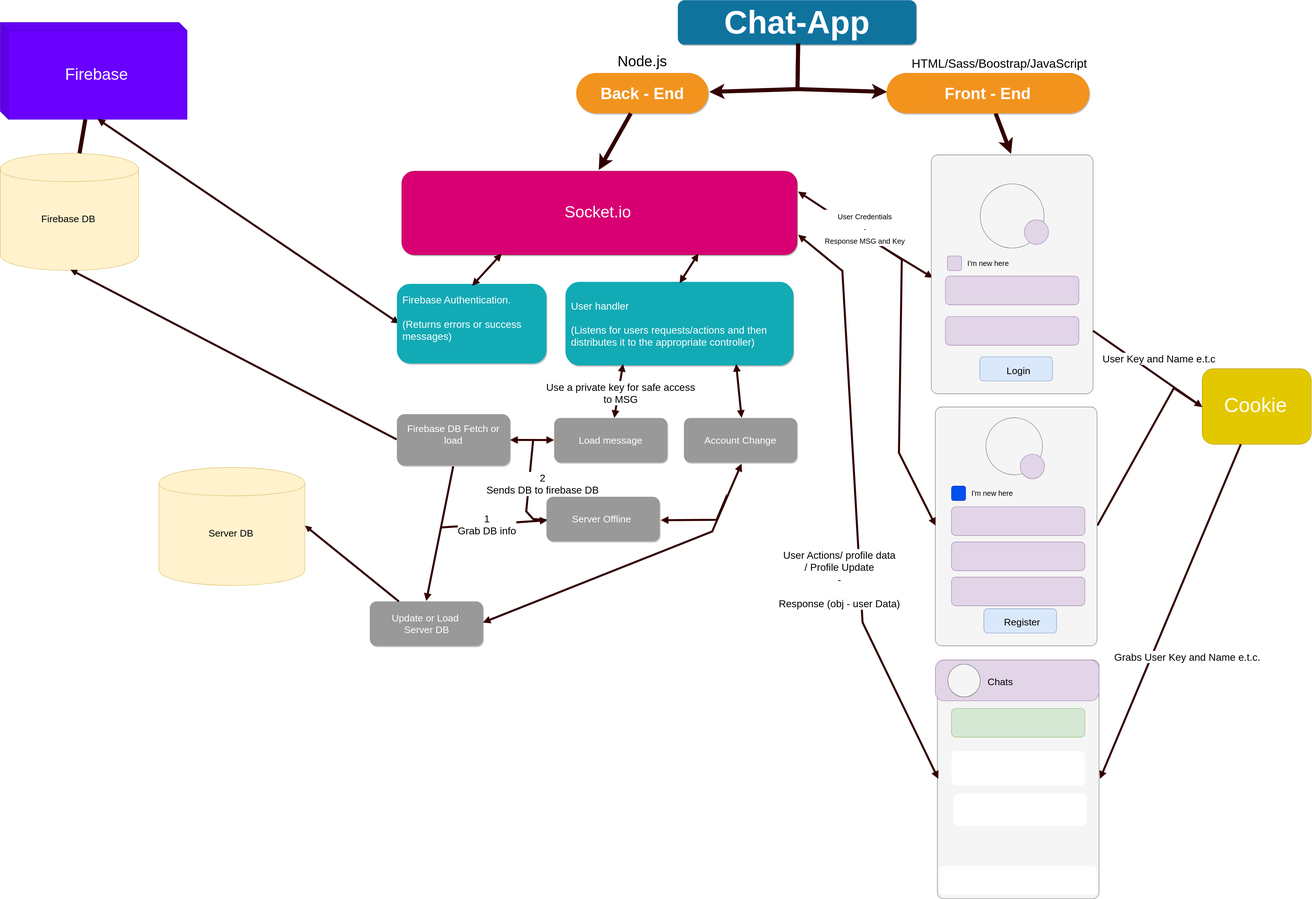
Before: Img/howItWorks.svg, a diagram exported from draw.io (TheRigidNinja/ChatApp). Source tidied: cells renumbered, new cells last; positions are measured from the earlier drawing's top-left corner, leaving out a move shared by most shapes.
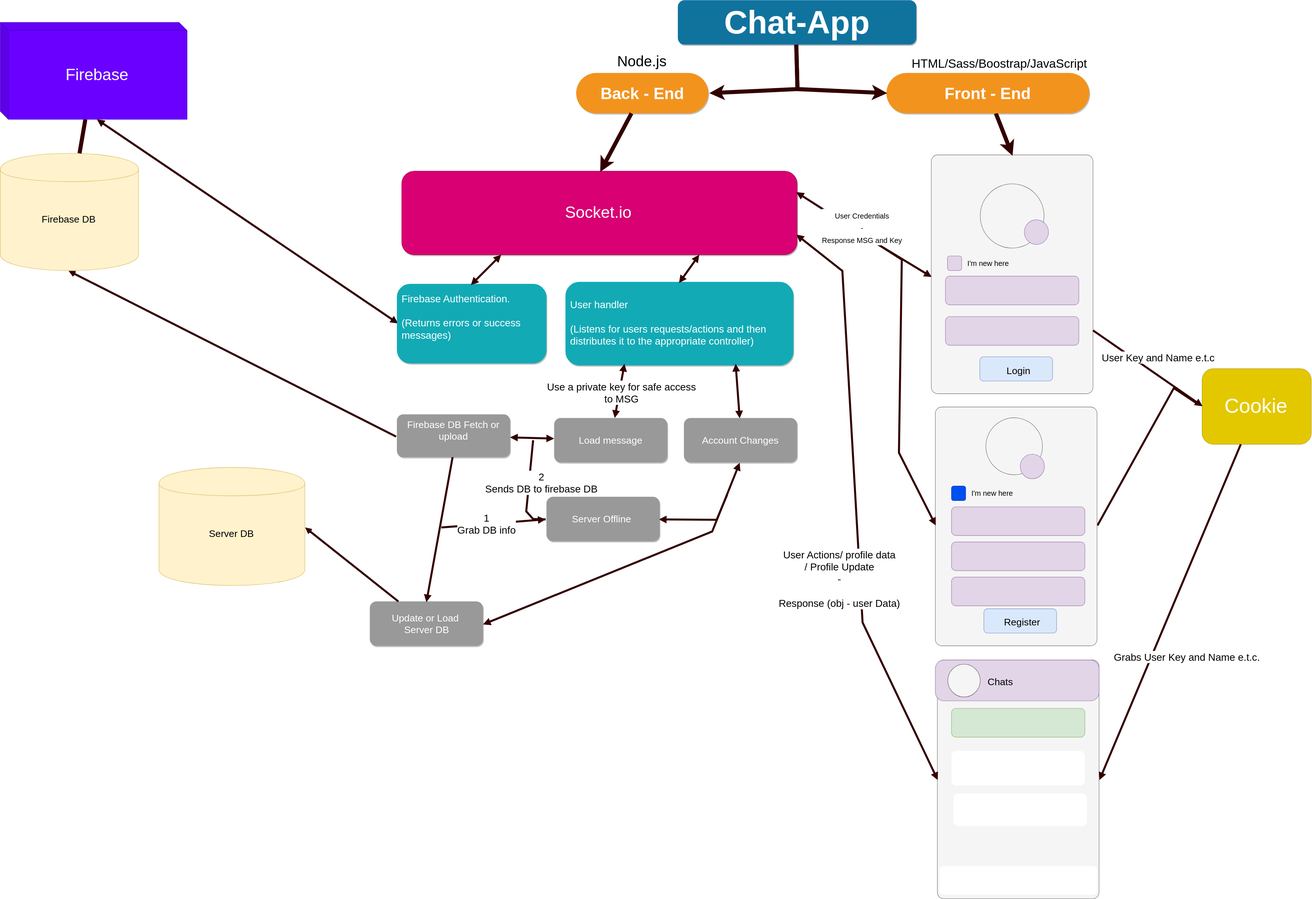
Later version of the same file.

Change to the diagram source:
```diff
@@ -189,7 +189,7 @@
         </Array>
       </mxGeometry>
     </mxCell>
-    <mxCell id="53" value="Account Change" style="whiteSpace=wrap;rounded=1;fillColor=#999999;strokeColor=none;shadow=1;fontColor=#FFFFFF;fontStyle=0;fontSize=24;" parent="2" vertex="1">
+    <mxCell id="53" value="Account Changes" style="whiteSpace=wrap;rounded=1;fillColor=#999999;strokeColor=none;shadow=1;fontColor=#FFFFFF;fontStyle=0;fontSize=24;" parent="2" vertex="1">
       <mxGeometry x="1691" y="1034" width="280" height="110" as="geometry" />
     </mxCell>
     <mxCell id="54" value="&lt;font style=&quot;font-size: 50px&quot;&gt;Cookie&lt;/font&gt;" style="rounded=1;whiteSpace=wrap;html=1;strokeColor=#B09500;fillColor=#e3c800;fontSize=24;fontColor=#ffffff;" parent="2" vertex="1">
@@ -263,8 +263,8 @@
         <mxPoint x="-21" y="-16" as="offset" />
       </mxGeometry>
     </mxCell>
-    <mxCell id="72" value="Firebase DB Fetch or load&#10;" style="whiteSpace=wrap;rounded=1;fillColor=#999999;strokeColor=none;shadow=1;fontColor=#FFFFFF;fontStyle=0;fontSize=24;" parent="2" vertex="1">
-      <mxGeometry x="981" y="1024.5" width="280" height="127" as="geometry" />
+    <mxCell id="72" value="Firebase DB Fetch or upload&#10;" style="whiteSpace=wrap;rounded=1;fillColor=#999999;strokeColor=none;shadow=1;fontColor=#FFFFFF;fontStyle=0;fontSize=24;" parent="2" vertex="1">
+      <mxGeometry x="981" y="1025" width="280" height="106" as="geometry" />
     </mxCell>
     <mxCell id="73" style="edgeStyle=none;rounded=0;jettySize=auto;html=1;startArrow=block;startFill=1;endArrow=block;endFill=1;strokeColor=#330000;strokeWidth=5;fontFamily=Helvetica;fontSize=25;" parent="2" edge="1" source="68" target="72">
       <mxGeometry relative="1" as="geometry" />
```
